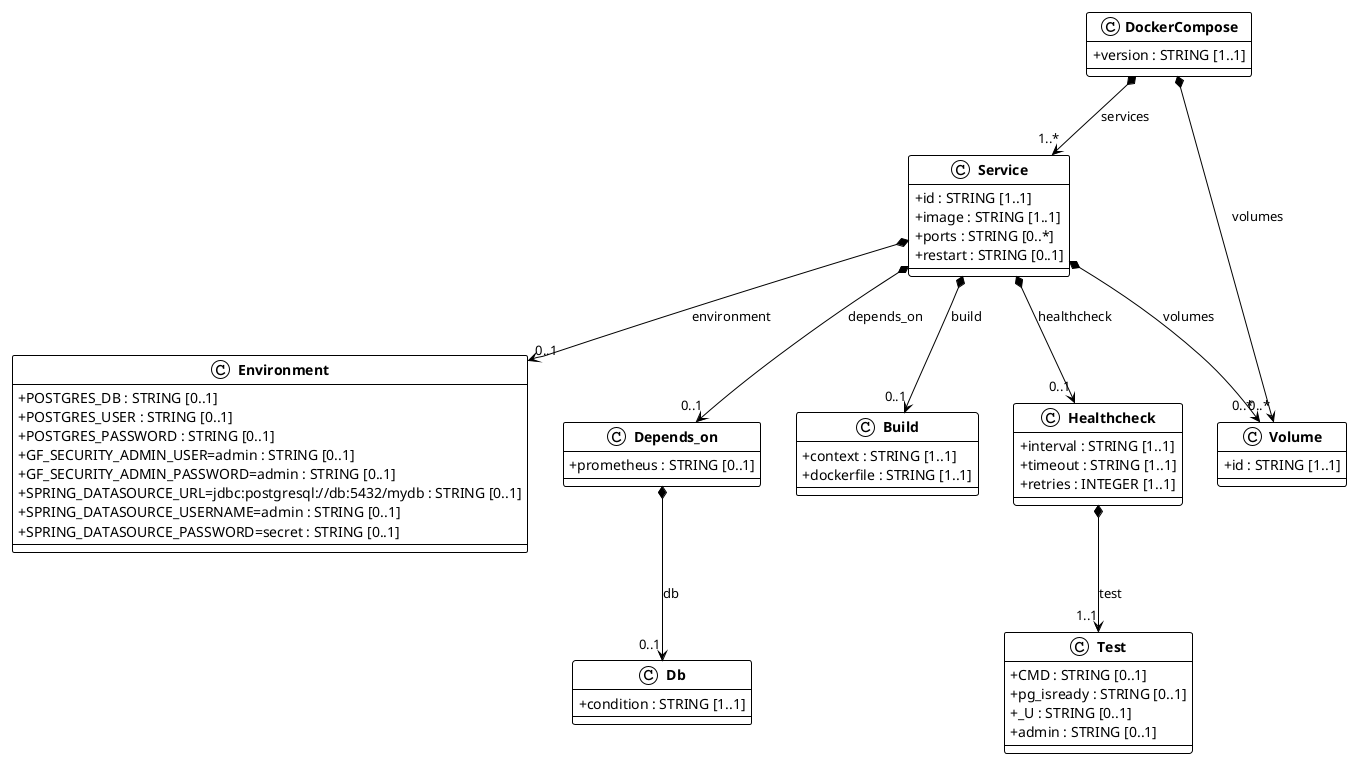
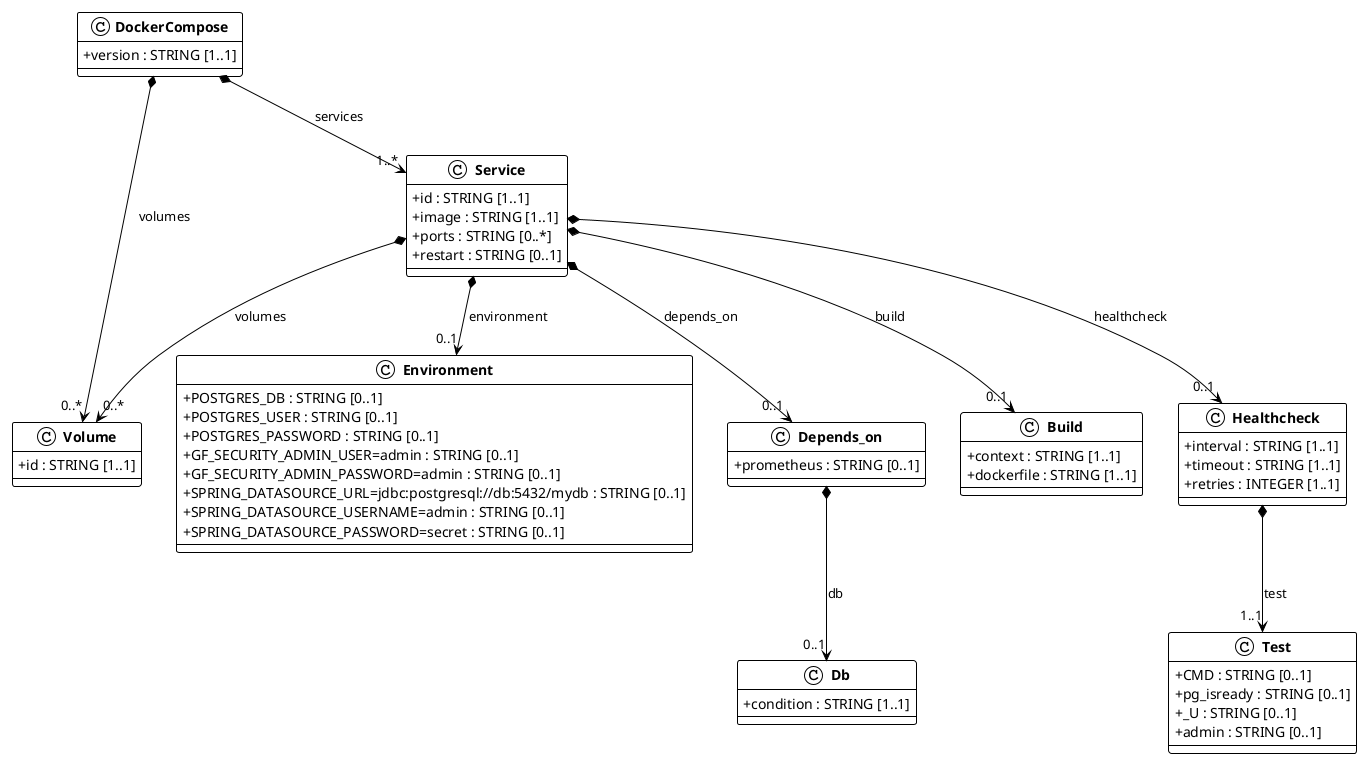
@startuml docker_compose
!theme plain
skinparam classAttributeIconSize 0
skinparam classFontStyle bold

class DockerCompose{
  + version : STRING [1..1]
}

+ class Volume{
+   + id : STRING [1..1]
+ }
+ 
class Service{
  + id : STRING [1..1]
  + image : STRING [1..1]
  + ports : STRING [0..*]
  + restart : STRING [0..1]
- }
- 
- class Volume{
-   + id : STRING [1..1]
}

class Environment{
  + POSTGRES_DB : STRING [0..1]
  + POSTGRES_USER : STRING [0..1]
  + POSTGRES_PASSWORD : STRING [0..1]
  + GF_SECURITY_ADMIN_USER=admin : STRING [0..1]
  + GF_SECURITY_ADMIN_PASSWORD=admin : STRING [0..1]
  + SPRING_DATASOURCE_URL=jdbc:postgresql://db:5432/mydb : STRING [0..1]
  + SPRING_DATASOURCE_USERNAME=admin : STRING [0..1]
  + SPRING_DATASOURCE_PASSWORD=secret : STRING [0..1]
}

class Depends_on{
  + prometheus : STRING [0..1]
}

class Build{
  + context : STRING [1..1]
  + dockerfile : STRING [1..1]
}

class Db{
  + condition : STRING [1..1]
}

class Healthcheck{
  + interval : STRING [1..1]
  + timeout : STRING [1..1]
  + retries : INTEGER [1..1]
}

class Test{
  + CMD : STRING [0..1]
  + pg_isready : STRING [0..1]
  + _U : STRING [0..1]
  + admin : STRING [0..1]
}

+ DockerCompose *--> "0..*" Volume : volumes
DockerCompose *--> "1..*" Service : services
- DockerCompose *--> "0..*" Volume : volumes
Service *--> "0..*" Volume : volumes
Service *--> "0..1" Environment : environment
Service *--> "0..1" Depends_on : depends_on
Service *--> "0..1" Build : build
Service *--> "0..1" Healthcheck : healthcheck
Depends_on *--> "0..1" Db : db
Healthcheck *--> "1..1" Test : test

@enduml
